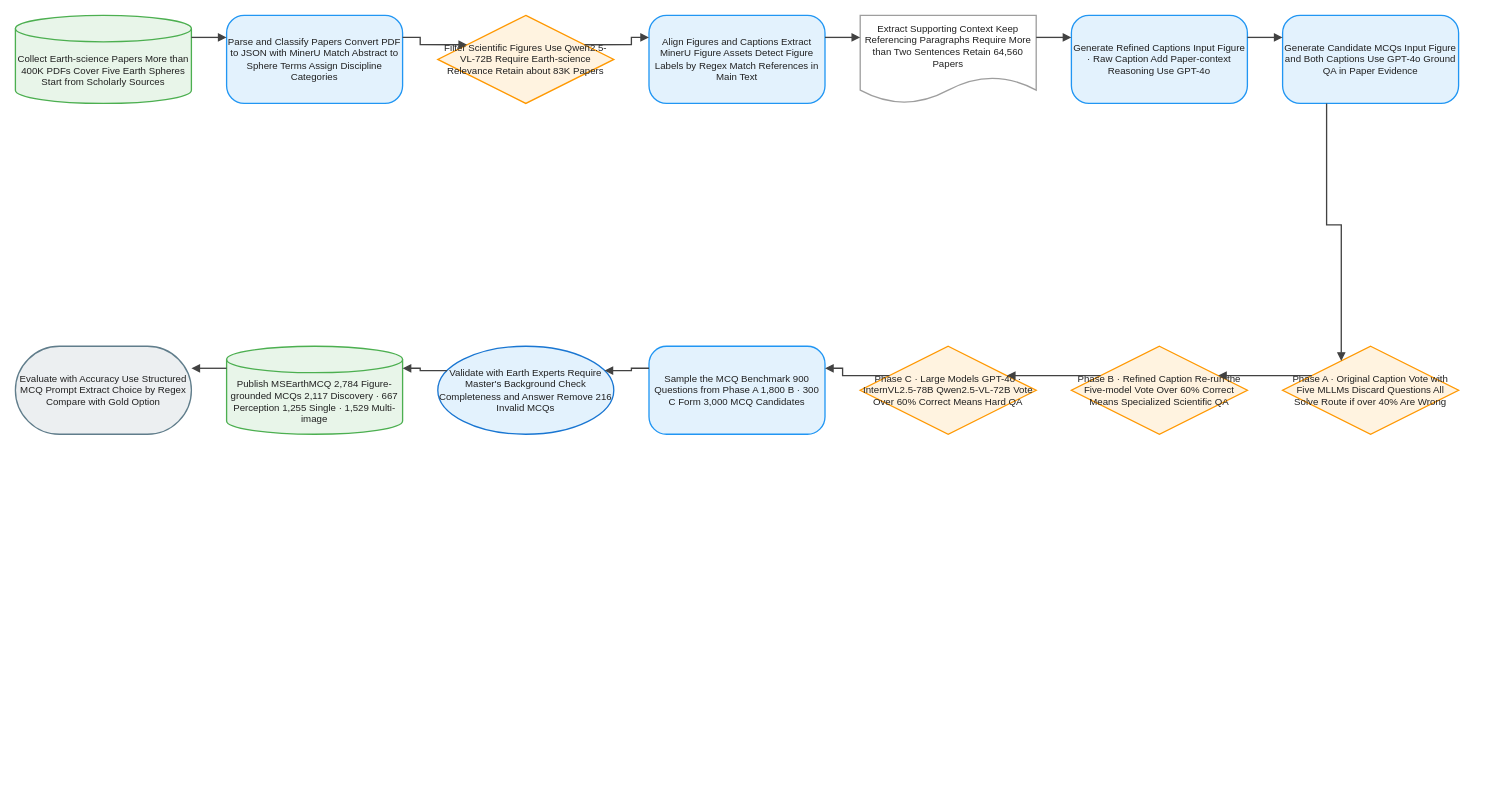
joe1chief/benchmark-hub keeps this draw.io diagram as client/public/drawio/MSEarthMCQ/MSEarthMCQ.en.drawio. Above is the earlier version. Source tidied: cells renumbered, new cells numbered last; positions are measured from the earlier drawing's top-left corner, leaving out a move shared by most shapes. Both pictures are drawn from the tidied source at 88%, with x=0, y=0 at pixel (15, 15).
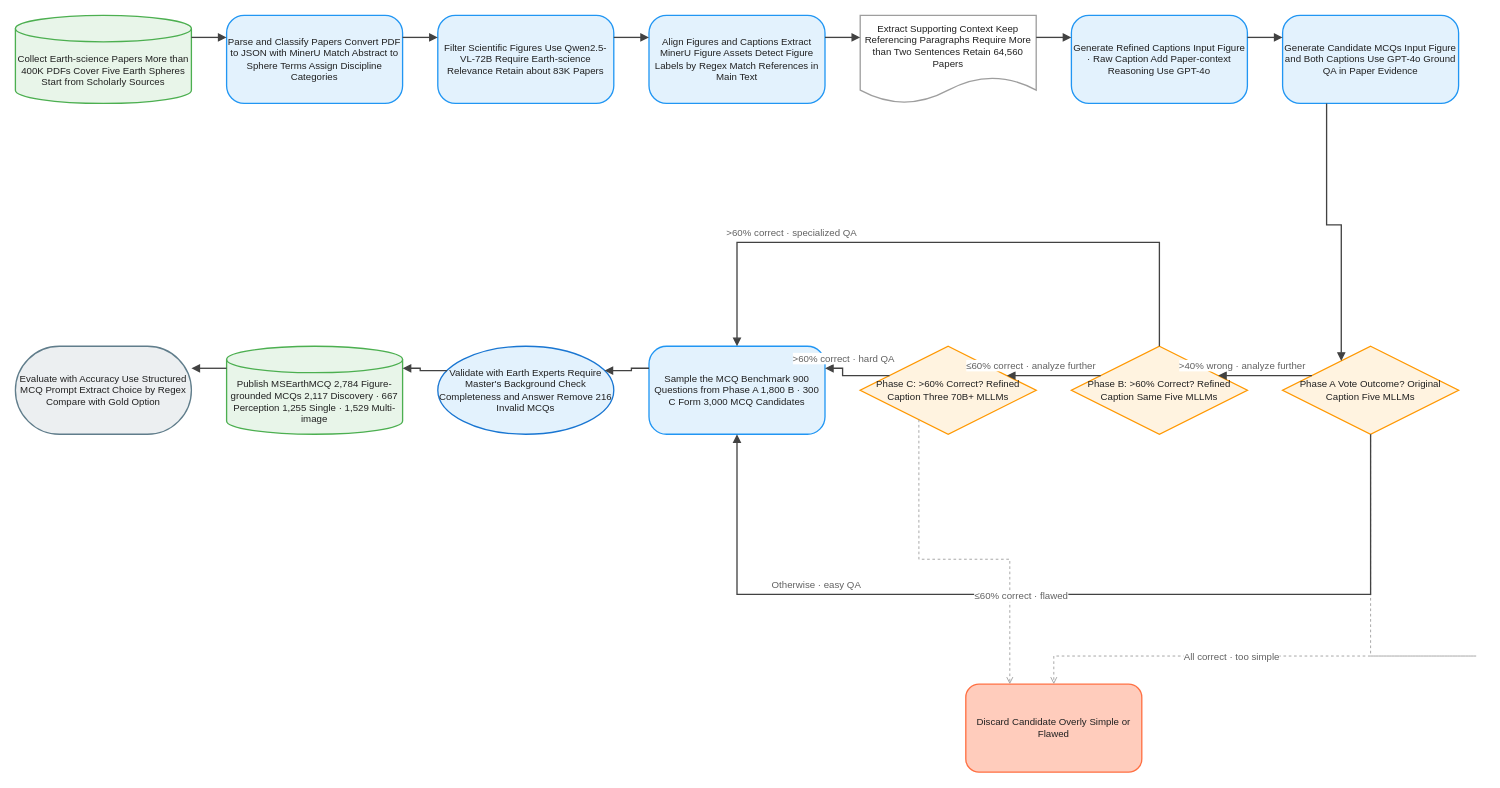
The same diagram, later.

The change refers to these unchanged cells:
```xml
<mxCell id="2" value="Collect Earth-science Papers More than 400K PDFs Cover Five Earth Spheres Start from Scholarly Sources" style="shape=cylinder3;boundedLbl=1;backgroundOutline=1;size=15;html=1;whiteSpace=wrap;fillColor=#E8F5E9;strokeColor=#4CAF50;strokeWidth=1.5;fontColor=#212121;fontSize=11;fontFamily=Arial, Helvetica, sans-serif;verticalAlign=middle;align=center;" parent="1" vertex="1">
  <mxGeometry width="200" height="100" as="geometry" />
</mxCell>
<mxCell id="3" value="Parse and Classify Papers Convert PDF to JSON with MinerU Match Abstract to Sphere Terms Assign Discipline Categories" style="rounded=1;arcSize=20;html=1;whiteSpace=wrap;fillColor=#E3F2FD;strokeColor=#2196F3;strokeWidth=1.5;fontColor=#212121;fontSize=11;fontFamily=Arial, Helvetica, sans-serif;verticalAlign=middle;align=center;" parent="1" vertex="1">
  <mxGeometry x="240" width="200" height="100" as="geometry" />
</mxCell>
<mxCell id="5" value="Align Figures and Captions Extract MinerU Figure Assets Detect Figure Labels by Regex Match References in Main Text" style="rounded=1;arcSize=20;html=1;whiteSpace=wrap;fillColor=#E3F2FD;strokeColor=#2196F3;strokeWidth=1.5;fontColor=#212121;fontSize=11;fontFamily=Arial, Helvetica, sans-serif;verticalAlign=middle;align=center;" parent="1" vertex="1">
  <mxGeometry x="720" width="200" height="100" as="geometry" />
</mxCell>
<mxCell id="6" value="Extract Supporting Context Keep Referencing Paragraphs Require More than Two Sentences Retain 64,560 Papers" style="shape=document;boundedLbl=1;html=1;whiteSpace=wrap;fillColor=#FFFFFF;strokeColor=#9E9E9E;strokeWidth=1.5;fontColor=#212121;fontSize=11;fontFamily=Arial, Helvetica, sans-serif;verticalAlign=middle;align=center;" parent="1" vertex="1">
  <mxGeometry x="960" width="200" height="100" as="geometry" />
</mxCell>
<mxCell id="7" value="Generate Refined Captions Input Figure · Raw Caption Add Paper-context Reasoning Use GPT-4o" style="rounded=1;arcSize=20;html=1;whiteSpace=wrap;fillColor=#E3F2FD;strokeColor=#2196F3;strokeWidth=1.5;fontColor=#212121;fontSize=11;fontFamily=Arial, Helvetica, sans-serif;verticalAlign=middle;align=center;" parent="1" vertex="1">
  <mxGeometry x="1200" width="200" height="100" as="geometry" />
</mxCell>
<mxCell id="8" value="Generate Candidate MCQs Input Figure and Both Captions Use GPT-4o Ground QA in Paper Evidence" style="rounded=1;arcSize=20;html=1;whiteSpace=wrap;fillColor=#E3F2FD;strokeColor=#2196F3;strokeWidth=1.5;fontColor=#212121;fontSize=11;fontFamily=Arial, Helvetica, sans-serif;verticalAlign=middle;align=center;" parent="1" vertex="1">
  <mxGeometry x="1440" width="200" height="100" as="geometry" />
</mxCell>
<mxCell id="12" value="Sample the MCQ Benchmark 900 Questions from Phase A 1,800 B · 300 C Form 3,000 MCQ Candidates" style="rounded=1;arcSize=20;html=1;whiteSpace=wrap;fillColor=#E3F2FD;strokeColor=#2196F3;strokeWidth=1.5;fontColor=#212121;fontSize=11;fontFamily=Arial, Helvetica, sans-serif;verticalAlign=middle;align=center;" parent="1" vertex="1">
  <mxGeometry x="720" y="376" width="200" height="100" as="geometry" />
</mxCell>
<mxCell id="13" value="Validate with Earth Experts Require Master's Background Check Completeness and Answer Remove 216 Invalid MCQs" style="ellipse;html=1;whiteSpace=wrap;fillColor=#E3F2FD;strokeColor=#1976D2;strokeWidth=1.5;fontColor=#212121;fontSize=11;fontFamily=Arial, Helvetica, sans-serif;verticalAlign=middle;align=center;" parent="1" vertex="1">
  <mxGeometry x="480" y="376" width="200" height="100" as="geometry" />
</mxCell>
<mxCell id="14" value="Publish MSEarthMCQ 2,784 Figure-grounded MCQs 2,117 Discovery · 667 Perception 1,255 Single · 1,529 Multi-image" style="shape=cylinder3;boundedLbl=1;backgroundOutline=1;size=15;html=1;whiteSpace=wrap;fillColor=#E8F5E9;strokeColor=#4CAF50;strokeWidth=1.5;fontColor=#212121;fontSize=11;fontFamily=Arial, Helvetica, sans-serif;verticalAlign=middle;align=center;" parent="1" vertex="1">
  <mxGeometry x="240" y="376" width="200" height="100" as="geometry" />
</mxCell>
<mxCell id="15" value="Evaluate with Accuracy Use Structured MCQ Prompt Extract Choice by Regex Compare with Gold Option" style="rounded=1;arcSize=50;html=1;whiteSpace=wrap;fillColor=#ECEFF1;strokeColor=#607D8B;strokeWidth=1.5;fontColor=#212121;fontSize=11;fontFamily=Arial, Helvetica, sans-serif;verticalAlign=middle;align=center;" parent="1" vertex="1">
  <mxGeometry y="376" width="200" height="100" as="geometry" />
</mxCell>
```

Diff of the diagram source:
```diff
@@
-    <mxCell id="4" value="Filter Scientific Figures Use Qwen2.5-VL-72B Require Earth-science Relevance Retain about 83K Papers" style="rhombus;html=1;whiteSpace=wrap;fillColor=#FFF3E0;strokeColor=#FF9800;strokeWidth=1.5;fontColor=#212121;fontSize=11;fontFamily=Arial, Helvetica, sans-serif;verticalAlign=middle;align=center;" parent="1" vertex="1">
+    <mxCell id="4" value="Filter Scientific Figures Use Qwen2.5-VL-72B Require Earth-science Relevance Retain about 83K Papers" style="rounded=1;arcSize=20;html=1;whiteSpace=wrap;fillColor=#E3F2FD;strokeColor=#2196F3;strokeWidth=1.5;fontColor=#212121;fontSize=11;fontFamily=Arial, Helvetica, sans-serif;verticalAlign=middle;align=center;" parent="1" vertex="1">
       <mxGeometry x="480" width="200" height="100" as="geometry" />
     </mxCell>
@@
-    <mxCell id="9" value="Phase A · Original Caption Vote with Five MLLMs Discard Questions All Solve Route if over 40% Are Wrong" style="rhombus;html=1;whiteSpace=wrap;fillColor=#FFF3E0;strokeColor=#FF9800;strokeWidth=1.5;fontColor=#212121;fontSize=11;fontFamily=Arial, Helvetica, sans-serif;verticalAlign=middle;align=center;" parent="1" vertex="1">
+    <mxCell id="9" value="Phase A Vote Outcome? Original Caption Five MLLMs" style="rhombus;html=1;whiteSpace=wrap;fillColor=#FFF3E0;strokeColor=#FF9800;strokeWidth=1.5;fontColor=#212121;fontSize=11;fontFamily=Arial, Helvetica, sans-serif;verticalAlign=middle;align=center;" parent="1" vertex="1">
       <mxGeometry x="1440" y="376" width="200" height="100" as="geometry" />
     </mxCell>
-    <mxCell id="10" value="Phase B · Refined Caption Re-run the Five-model Vote Over 60% Correct Means Specialized Scientific QA" style="rhombus;html=1;whiteSpace=wrap;fillColor=#FFF3E0;strokeColor=#FF9800;strokeWidth=1.5;fontColor=#212121;fontSize=11;fontFamily=Arial, Helvetica, sans-serif;verticalAlign=middle;align=center;" parent="1" vertex="1">
+    <mxCell id="10" value="Phase B: &gt;60% Correct? Refined Caption Same Five MLLMs" style="rhombus;html=1;whiteSpace=wrap;fillColor=#FFF3E0;strokeColor=#FF9800;strokeWidth=1.5;fontColor=#212121;fontSize=11;fontFamily=Arial, Helvetica, sans-serif;verticalAlign=middle;align=center;" parent="1" vertex="1">
       <mxGeometry x="1200" y="376" width="200" height="100" as="geometry" />
     </mxCell>
-    <mxCell id="11" value="Phase C · Large Models GPT-4o · InternVL2.5-78B Qwen2.5-VL-72B Vote Over 60% Correct Means Hard QA" style="rhombus;html=1;whiteSpace=wrap;fillColor=#FFF3E0;strokeColor=#FF9800;strokeWidth=1.5;fontColor=#212121;fontSize=11;fontFamily=Arial, Helvetica, sans-serif;verticalAlign=middle;align=center;" parent="1" vertex="1">
+    <mxCell id="11" value="Phase C: &gt;60% Correct? Refined Caption Three 70B+ MLLMs" style="rhombus;html=1;whiteSpace=wrap;fillColor=#FFF3E0;strokeColor=#FF9800;strokeWidth=1.5;fontColor=#212121;fontSize=11;fontFamily=Arial, Helvetica, sans-serif;verticalAlign=middle;align=center;" parent="1" vertex="1">
       <mxGeometry x="960" y="376" width="200" height="100" as="geometry" />
     </mxCell>
@@
-    <mxCell id="16" style="edgeStyle=orthogonalEdgeStyle;rounded=0;jettySize=auto;html=1;strokeColor=#424242;strokeWidth=1.5;endArrow=block;endFill=1;exitX=1;exitY=0.25;exitDx=0;exitDy=0;entryX=0;entryY=0.25;entryDx=0;entryDy=0;jumpStyle=arc;jumpSize=8;" parent="1" edge="1" source="2" target="3">
-      <mxGeometry relative="1" as="geometry" />
+    <mxCell id="16" value="Discard Candidate Overly Simple or Flawed" style="rounded=1;arcSize=15;html=1;whiteSpace=wrap;fillColor=#FFCCBC;strokeColor=#FF7043;strokeWidth=1.5;fontColor=#212121;fontSize=11;fontFamily=Arial, Helvetica, sans-serif;verticalAlign=middle;align=center;" parent="1" vertex="1">
+      <mxGeometry x="1080" y="760" width="200" height="100" as="geometry" />
     </mxCell>
-    <mxCell id="17" style="edgeStyle=orthogonalEdgeStyle;rounded=0;jettySize=auto;html=1;strokeColor=#424242;strokeWidth=1.5;endArrow=block;endFill=1;exitX=1;exitY=0.25;exitDx=0;exitDy=0;entryX=0;entryY=0.25;entryDx=0;entryDy=0;jumpStyle=arc;jumpSize=8;" parent="1" edge="1" source="3" target="4">
+    <mxCell id="17" style="edgeStyle=orthogonalEdgeStyle;rounded=0;jettySize=auto;html=1;strokeColor=#424242;strokeWidth=1.5;endArrow=block;endFill=1;exitX=1;exitY=0.25;exitDx=0;exitDy=0;entryX=0;entryY=0.25;entryDx=0;entryDy=0;jumpStyle=arc;jumpSize=8;" parent="1" edge="1" source="2" target="3">
       <mxGeometry relative="1" as="geometry" />
     </mxCell>
-    <mxCell id="18" style="edgeStyle=orthogonalEdgeStyle;rounded=0;jettySize=auto;html=1;strokeColor=#424242;strokeWidth=1.5;endArrow=block;endFill=1;exitX=1;exitY=0.25;exitDx=0;exitDy=0;entryX=0;entryY=0.25;entryDx=0;entryDy=0;jumpStyle=arc;jumpSize=8;" parent="1" edge="1" source="4" target="5">
+    <mxCell id="18" style="edgeStyle=orthogonalEdgeStyle;rounded=0;jettySize=auto;html=1;strokeColor=#424242;strokeWidth=1.5;endArrow=block;endFill=1;exitX=1;exitY=0.25;exitDx=0;exitDy=0;entryX=0;entryY=0.25;entryDx=0;entryDy=0;jumpStyle=arc;jumpSize=8;" parent="1" edge="1" source="3" target="4">
       <mxGeometry relative="1" as="geometry" />
     </mxCell>
-    <mxCell id="19" style="edgeStyle=orthogonalEdgeStyle;rounded=0;jettySize=auto;html=1;strokeColor=#424242;strokeWidth=1.5;endArrow=block;endFill=1;exitX=1;exitY=0.25;exitDx=0;exitDy=0;entryX=0;entryY=0.25;entryDx=0;entryDy=0;jumpStyle=arc;jumpSize=8;" parent="1" edge="1" source="5" target="6">
+    <mxCell id="19" style="edgeStyle=orthogonalEdgeStyle;rounded=0;jettySize=auto;html=1;strokeColor=#424242;strokeWidth=1.5;endArrow=block;endFill=1;exitX=1;exitY=0.25;exitDx=0;exitDy=0;entryX=0;entryY=0.25;entryDx=0;entryDy=0;jumpStyle=arc;jumpSize=8;" parent="1" edge="1" source="4" target="5">
       <mxGeometry relative="1" as="geometry" />
     </mxCell>
-    <mxCell id="20" style="edgeStyle=orthogonalEdgeStyle;rounded=0;jettySize=auto;html=1;strokeColor=#424242;strokeWidth=1.5;endArrow=block;endFill=1;exitX=1;exitY=0.25;exitDx=0;exitDy=0;entryX=0;entryY=0.25;entryDx=0;entryDy=0;jumpStyle=arc;jumpSize=8;" parent="1" edge="1" source="6" target="7">
+    <mxCell id="20" style="edgeStyle=orthogonalEdgeStyle;rounded=0;jettySize=auto;html=1;strokeColor=#424242;strokeWidth=1.5;endArrow=block;endFill=1;exitX=1;exitY=0.25;exitDx=0;exitDy=0;entryX=0;entryY=0.25;entryDx=0;entryDy=0;jumpStyle=arc;jumpSize=8;" parent="1" edge="1" source="5" target="6">
       <mxGeometry relative="1" as="geometry" />
     </mxCell>
-    <mxCell id="21" style="edgeStyle=orthogonalEdgeStyle;rounded=0;jettySize=auto;html=1;strokeColor=#424242;strokeWidth=1.5;endArrow=block;endFill=1;exitX=1;exitY=0.25;exitDx=0;exitDy=0;entryX=0;entryY=0.25;entryDx=0;entryDy=0;jumpStyle=arc;jumpSize=8;" parent="1" edge="1" source="7" target="8">
+    <mxCell id="21" style="edgeStyle=orthogonalEdgeStyle;rounded=0;jettySize=auto;html=1;strokeColor=#424242;strokeWidth=1.5;endArrow=block;endFill=1;exitX=1;exitY=0.25;exitDx=0;exitDy=0;entryX=0;entryY=0.25;entryDx=0;entryDy=0;jumpStyle=arc;jumpSize=8;" parent="1" edge="1" source="6" target="7">
       <mxGeometry relative="1" as="geometry" />
     </mxCell>
-    <mxCell id="22" style="edgeStyle=orthogonalEdgeStyle;rounded=0;jettySize=auto;html=1;strokeColor=#424242;strokeWidth=1.5;endArrow=block;endFill=1;exitX=0.25;exitY=1;exitDx=0;exitDy=0;entryX=0.25;entryY=0;entryDx=0;entryDy=0;jumpStyle=arc;jumpSize=8;" parent="1" edge="1" source="8" target="9">
+    <mxCell id="22" style="edgeStyle=orthogonalEdgeStyle;rounded=0;jettySize=auto;html=1;strokeColor=#424242;strokeWidth=1.5;endArrow=block;endFill=1;exitX=1;exitY=0.25;exitDx=0;exitDy=0;entryX=0;entryY=0.25;entryDx=0;entryDy=0;jumpStyle=arc;jumpSize=8;" parent="1" edge="1" source="7" target="8">
       <mxGeometry relative="1" as="geometry" />
     </mxCell>
-    <mxCell id="23" style="edgeStyle=orthogonalEdgeStyle;rounded=0;jettySize=auto;html=1;strokeColor=#424242;strokeWidth=1.5;endArrow=block;endFill=1;exitX=0;exitY=0.25;exitDx=0;exitDy=0;entryX=1;entryY=0.25;entryDx=0;entryDy=0;jumpStyle=arc;jumpSize=8;" parent="1" edge="1" source="9" target="10">
+    <mxCell id="23" style="edgeStyle=orthogonalEdgeStyle;rounded=0;jettySize=auto;html=1;strokeColor=#424242;strokeWidth=1.5;endArrow=block;endFill=1;exitX=0.25;exitY=1;exitDx=0;exitDy=0;entryX=0.25;entryY=0;entryDx=0;entryDy=0;jumpStyle=arc;jumpSize=8;" parent="1" edge="1" source="8" target="9">
       <mxGeometry relative="1" as="geometry" />
     </mxCell>
-    <mxCell id="24" style="edgeStyle=orthogonalEdgeStyle;rounded=0;jettySize=auto;html=1;strokeColor=#424242;strokeWidth=1.5;endArrow=block;endFill=1;exitX=0;exitY=0.25;exitDx=0;exitDy=0;entryX=1;entryY=0.25;entryDx=0;entryDy=0;jumpStyle=arc;jumpSize=8;" parent="1" edge="1" source="10" target="11">
+    <mxCell id="24" style="edgeStyle=orthogonalEdgeStyle;rounded=0;jettySize=auto;html=1;strokeColor=#424242;strokeWidth=1.5;endArrow=block;endFill=1;exitX=0;exitY=0.25;exitDx=0;exitDy=0;entryX=1;entryY=0.25;entryDx=0;entryDy=0;jumpStyle=arc;jumpSize=8;" parent="1" edge="1" source="9" target="10">
       <mxGeometry relative="1" as="geometry" />
     </mxCell>
-    <mxCell id="25" style="edgeStyle=orthogonalEdgeStyle;rounded=0;jettySize=auto;html=1;strokeColor=#424242;strokeWidth=1.5;endArrow=block;endFill=1;exitX=0;exitY=0.25;exitDx=0;exitDy=0;entryX=1;entryY=0.25;entryDx=0;entryDy=0;jumpStyle=arc;jumpSize=8;" parent="1" edge="1" source="11" target="12">
-      <mxGeometry relative="1" as="geometry" />
+    <mxCell id="25" value="&gt;40% wrong · analyze further" style="edgeLabel;html=1;align=center;verticalAlign=middle;fontSize=11;fontColor=#616161;" parent="24" vertex="1">
+      <mxGeometry x="0.5" relative="1" as="geometry">
+        <mxPoint y="-12" as="offset" />
+      </mxGeometry>
     </mxCell>
-    <mxCell id="26" style="edgeStyle=orthogonalEdgeStyle;rounded=0;jettySize=auto;html=1;strokeColor=#424242;strokeWidth=1.5;endArrow=block;endFill=1;exitX=0;exitY=0.25;exitDx=0;exitDy=0;entryX=1;entryY=0.25;entryDx=0;entryDy=0;jumpStyle=arc;jumpSize=8;" parent="1" edge="1" source="12" target="13">
+    <mxCell id="26" style="edgeStyle=orthogonalEdgeStyle;rounded=0;jettySize=auto;html=1;strokeColor=#424242;strokeWidth=1.5;endArrow=block;endFill=1;exitX=0;exitY=0.25;exitDx=0;exitDy=0;entryX=1;entryY=0.25;entryDx=0;entryDy=0;jumpStyle=arc;jumpSize=8;" parent="1" edge="1" source="10" target="11">
       <mxGeometry relative="1" as="geometry" />
     </mxCell>
-    <mxCell id="27" style="edgeStyle=orthogonalEdgeStyle;rounded=0;jettySize=auto;html=1;strokeColor=#424242;strokeWidth=1.5;endArrow=block;endFill=1;exitX=0;exitY=0.25;exitDx=0;exitDy=0;entryX=1;entryY=0.25;entryDx=0;entryDy=0;jumpStyle=arc;jumpSize=8;" parent="1" edge="1" source="13" target="14">
-      <mxGeometry relative="1" as="geometry" />
+    <mxCell id="27" value="≤60% correct · analyze further" style="edgeLabel;html=1;align=center;verticalAlign=middle;fontSize=11;fontColor=#616161;" parent="26" vertex="1">
+      <mxGeometry x="0.5" relative="1" as="geometry">
+        <mxPoint y="-12" as="offset" />
+      </mxGeometry>
     </mxCell>
-    <mxCell id="28" style="edgeStyle=orthogonalEdgeStyle;rounded=0;jettySize=auto;html=1;strokeColor=#424242;strokeWidth=1.5;endArrow=block;endFill=1;exitX=0;exitY=0.25;exitDx=0;exitDy=0;entryX=1;entryY=0.25;entryDx=0;entryDy=0;jumpStyle=arc;jumpSize=8;" parent="1" edge="1" source="14" target="15">
+    <mxCell id="28" style="edgeStyle=orthogonalEdgeStyle;rounded=0;jettySize=auto;html=1;strokeColor=#424242;strokeWidth=1.5;endArrow=block;endFill=1;exitX=0;exitY=0.25;exitDx=0;exitDy=0;entryX=1;entryY=0.25;entryDx=0;entryDy=0;jumpStyle=arc;jumpSize=8;" parent="1" edge="1" source="11" target="12">
       <mxGeometry relative="1" as="geometry" />
     </mxCell>
+    <mxCell id="29" value="&gt;60% correct · hard QA" style="edgeLabel;html=1;align=center;verticalAlign=middle;fontSize=11;fontColor=#616161;" parent="28" vertex="1">
+      <mxGeometry x="0.5" relative="1" as="geometry">
+        <mxPoint y="-12" as="offset" />
+      </mxGeometry>
+    </mxCell>
+    <mxCell id="30" style="edgeStyle=orthogonalEdgeStyle;rounded=0;jettySize=auto;html=1;strokeColor=#424242;strokeWidth=1.5;endArrow=block;endFill=1;exitX=0;exitY=0.25;exitDx=0;exitDy=0;entryX=1;entryY=0.25;entryDx=0;entryDy=0;jumpStyle=arc;jumpSize=8;" parent="1" edge="1" source="12" target="13">
+      <mxGeometry relative="1" as="geometry" />
+    </mxCell>
+    <mxCell id="31" style="edgeStyle=orthogonalEdgeStyle;rounded=0;jettySize=auto;html=1;strokeColor=#424242;strokeWidth=1.5;endArrow=block;endFill=1;exitX=0;exitY=0.25;exitDx=0;exitDy=0;entryX=1;entryY=0.25;entryDx=0;entryDy=0;jumpStyle=arc;jumpSize=8;" parent="1" edge="1" source="13" target="14">
+      <mxGeometry relative="1" as="geometry" />
+    </mxCell>
+    <mxCell id="32" style="edgeStyle=orthogonalEdgeStyle;rounded=0;jettySize=auto;html=1;strokeColor=#424242;strokeWidth=1.5;endArrow=block;endFill=1;exitX=0;exitY=0.25;exitDx=0;exitDy=0;entryX=1;entryY=0.25;entryDx=0;entryDy=0;jumpStyle=arc;jumpSize=8;" parent="1" edge="1" source="14" target="15">
+      <mxGeometry relative="1" as="geometry" />
+    </mxCell>
+    <mxCell id="33" style="edgeStyle=orthogonalEdgeStyle;rounded=0;jettySize=auto;html=1;strokeColor=#9E9E9E;strokeWidth=1;endArrow=open;endFill=0;dashed=1;dashPattern=3 3;jumpStyle=arc;jumpSize=8;" parent="1" edge="1" source="9" target="16">
+      <mxGeometry relative="1" as="geometry">
+        <Array as="points">
+          <mxPoint x="1660" y="728" />
+          <mxPoint x="1300" y="728" />
+        </Array>
+      </mxGeometry>
+    </mxCell>
+    <mxCell id="34" value="All correct · too simple" style="edgeLabel;html=1;align=center;verticalAlign=middle;fontSize=11;fontColor=#616161;" parent="33" vertex="1">
+      <mxGeometry x="0.5" relative="1" as="geometry">
+        <mxPoint x="12" as="offset" />
+      </mxGeometry>
+    </mxCell>
+    <mxCell id="35" style="edgeStyle=orthogonalEdgeStyle;rounded=0;jettySize=auto;html=1;strokeColor=#424242;strokeWidth=1.5;endArrow=block;endFill=1;jumpStyle=arc;jumpSize=8;" parent="1" edge="1" source="9" target="12">
+      <mxGeometry relative="1" as="geometry">
+        <Array as="points">
+          <mxPoint x="1540" y="658" />
+          <mxPoint x="820" y="658" />
+        </Array>
+      </mxGeometry>
+    </mxCell>
+    <mxCell id="36" value="Otherwise · easy QA" style="edgeLabel;html=1;align=center;verticalAlign=middle;fontSize=11;fontColor=#616161;" parent="35" vertex="1">
+      <mxGeometry x="0.5" relative="1" as="geometry">
+        <mxPoint y="-12" as="offset" />
+      </mxGeometry>
+    </mxCell>
+    <mxCell id="37" style="edgeStyle=orthogonalEdgeStyle;rounded=0;jettySize=auto;html=1;strokeColor=#424242;strokeWidth=1.5;endArrow=block;endFill=1;jumpStyle=arc;jumpSize=8;" parent="1" edge="1" source="10" target="12">
+      <mxGeometry relative="1" as="geometry">
+        <Array as="points">
+          <mxPoint x="1300" y="258" />
+          <mxPoint x="820" y="258" />
+        </Array>
+      </mxGeometry>
+    </mxCell>
+    <mxCell id="38" value="&gt;60% correct · specialized QA" style="edgeLabel;html=1;align=center;verticalAlign=middle;fontSize=11;fontColor=#616161;" parent="37" vertex="1">
+      <mxGeometry x="0.5" relative="1" as="geometry">
+        <mxPoint y="-12" as="offset" />
+      </mxGeometry>
+    </mxCell>
+    <mxCell id="39" style="edgeStyle=orthogonalEdgeStyle;rounded=0;jettySize=auto;html=1;strokeColor=#9E9E9E;strokeWidth=1;endArrow=open;endFill=0;exitX=0.25;exitY=1;exitDx=0;exitDy=0;entryX=0.25;entryY=0;entryDx=0;entryDy=0;dashed=1;dashPattern=3 3;jumpStyle=arc;jumpSize=8;" parent="1" edge="1" source="11" target="16">
+      <mxGeometry relative="1" as="geometry" />
+    </mxCell>
+    <mxCell id="40" value="≤60% correct · flawed" style="edgeLabel;html=1;align=center;verticalAlign=middle;fontSize=11;fontColor=#616161;" parent="39" vertex="1">
+      <mxGeometry x="0.5" relative="1" as="geometry">
+        <mxPoint x="12" as="offset" />
+      </mxGeometry>
+    </mxCell>
```
